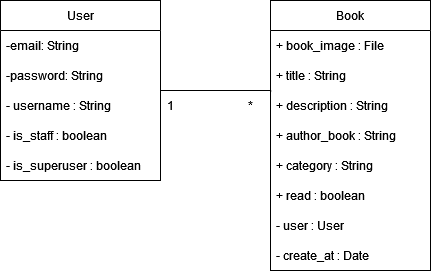
Earlier version of the draw.io export diagramaDeClasses.png (ADS-Unifg/Diagramas). Source tidied: cells renumbered, new cells last; positions are measured from the earlier drawing's top-left corner, leaving out a move shared by most shapes.
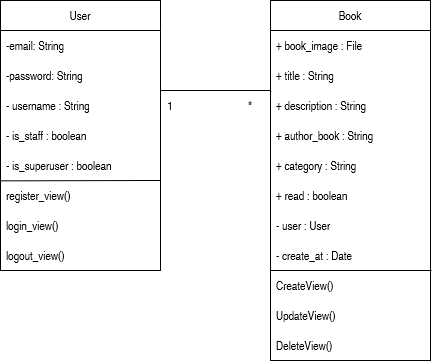
Later version of the same file.

Diff of the diagram source:
```diff
@@ -10,7 +10,7 @@
       </mxGeometry>
     </mxCell>
     <mxCell id="3" value="User" style="swimlane;fontStyle=0;horizontal=1;startSize=30;whiteSpace=wrap;html=1;" parent="1" vertex="1">
-      <mxGeometry width="160" height="180" as="geometry" />
+      <mxGeometry width="160" height="270" as="geometry" />
     </mxCell>
     <mxCell id="4" value="-email: String" style="text;strokeColor=none;fillColor=none;align=left;verticalAlign=middle;spacingLeft=4;spacingRight=4;overflow=hidden;whiteSpace=wrap;html=1;" parent="3" vertex="1">
       <mxGeometry y="30" width="160" height="30" as="geometry" />
@@ -27,8 +27,20 @@
     <mxCell id="8" value="- is_superuser : boolean" style="text;strokeColor=none;fillColor=none;align=left;verticalAlign=middle;spacingLeft=4;spacingRight=4;overflow=hidden;points=[[0,0.5],[1,0.5]];portConstraint=eastwest;whiteSpace=wrap;html=1;" parent="3" vertex="1">
       <mxGeometry y="150" width="160" height="30" as="geometry" />
     </mxCell>
+    <mxCell id="20" value="register_view()" style="text;strokeColor=none;fillColor=none;align=left;verticalAlign=middle;spacingLeft=4;spacingRight=4;overflow=hidden;points=[[0,0.5],[1,0.5]];portConstraint=eastwest;whiteSpace=wrap;html=1;" parent="3" vertex="1">
+      <mxGeometry y="180" width="160" height="30" as="geometry" />
+    </mxCell>
+    <mxCell id="21" value="login_view()" style="text;strokeColor=none;fillColor=none;align=left;verticalAlign=middle;spacingLeft=4;spacingRight=4;overflow=hidden;whiteSpace=wrap;html=1;" parent="3" vertex="1">
+      <mxGeometry y="210" width="160" height="30" as="geometry" />
+    </mxCell>
+    <mxCell id="22" value="logout_view()" style="text;strokeColor=none;fillColor=none;align=left;verticalAlign=middle;spacingLeft=4;spacingRight=4;overflow=hidden;whiteSpace=wrap;html=1;" parent="3" vertex="1">
+      <mxGeometry y="240" width="160" height="30" as="geometry" />
+    </mxCell>
+    <mxCell id="23" style="endArrow=none;html=1;rounded=0;fontFamily=Helvetica;fontSize=12;fontColor=default;entryX=0.999;entryY=0.999;entryDx=0;entryDy=0;entryPerimeter=0;exitX=-0.001;exitY=0.012;exitDx=0;exitDy=0;exitPerimeter=0;" parent="3" edge="1" source="20" target="8">
+      <mxGeometry relative="1" as="geometry" />
+    </mxCell>
     <mxCell id="9" value="Book" style="swimlane;fontStyle=0;horizontal=1;startSize=30;whiteSpace=wrap;html=1;" parent="1" vertex="1">
-      <mxGeometry x="270" width="160" height="270" as="geometry" />
+      <mxGeometry x="270" width="160" height="360" as="geometry" />
     </mxCell>
     <mxCell id="10" value="+ book_image : File" style="text;strokeColor=none;fillColor=none;align=left;verticalAlign=middle;spacingLeft=4;spacingRight=4;overflow=hidden;whiteSpace=wrap;html=1;" parent="9" vertex="1">
       <mxGeometry y="30" width="160" height="30" as="geometry" />
@@ -54,6 +66,21 @@
     <mxCell id="17" value="- create_at : Date" style="text;strokeColor=none;fillColor=none;align=left;verticalAlign=middle;spacingLeft=4;spacingRight=4;overflow=hidden;whiteSpace=wrap;html=1;" parent="9" vertex="1">
       <mxGeometry y="240" width="160" height="30" as="geometry" />
     </mxCell>
+    <mxCell id="24" style="endArrow=none;html=1;rounded=0;fontFamily=Helvetica;fontSize=12;fontColor=default;" parent="9" edge="1">
+      <mxGeometry relative="1" as="geometry">
+        <mxPoint y="270" as="sourcePoint" />
+        <mxPoint x="161" y="270" as="targetPoint" />
+      </mxGeometry>
+    </mxCell>
+    <mxCell id="25" value="CreateView()" style="text;strokeColor=none;fillColor=none;align=left;verticalAlign=middle;spacingLeft=4;spacingRight=4;overflow=hidden;whiteSpace=wrap;html=1;" parent="9" vertex="1">
+      <mxGeometry y="270" width="160" height="30" as="geometry" />
+    </mxCell>
+    <mxCell id="26" value="UpdateView()" style="text;strokeColor=none;fillColor=none;align=left;verticalAlign=middle;spacingLeft=4;spacingRight=4;overflow=hidden;whiteSpace=wrap;html=1;" parent="9" vertex="1">
+      <mxGeometry y="300" width="160" height="30" as="geometry" />
+    </mxCell>
+    <mxCell id="27" value="DeleteView()" style="text;strokeColor=none;fillColor=none;align=left;verticalAlign=middle;spacingLeft=4;spacingRight=4;overflow=hidden;whiteSpace=wrap;html=1;" parent="9" vertex="1">
+      <mxGeometry y="330" width="160" height="30" as="geometry" />
+    </mxCell>
     <mxCell id="18" value="*" style="text;strokeColor=none;align=center;fillColor=none;html=1;verticalAlign=middle;whiteSpace=wrap;rounded=0;" parent="1" vertex="1">
       <mxGeometry x="220" y="90" width="60" height="30" as="geometry" />
     </mxCell>
```
